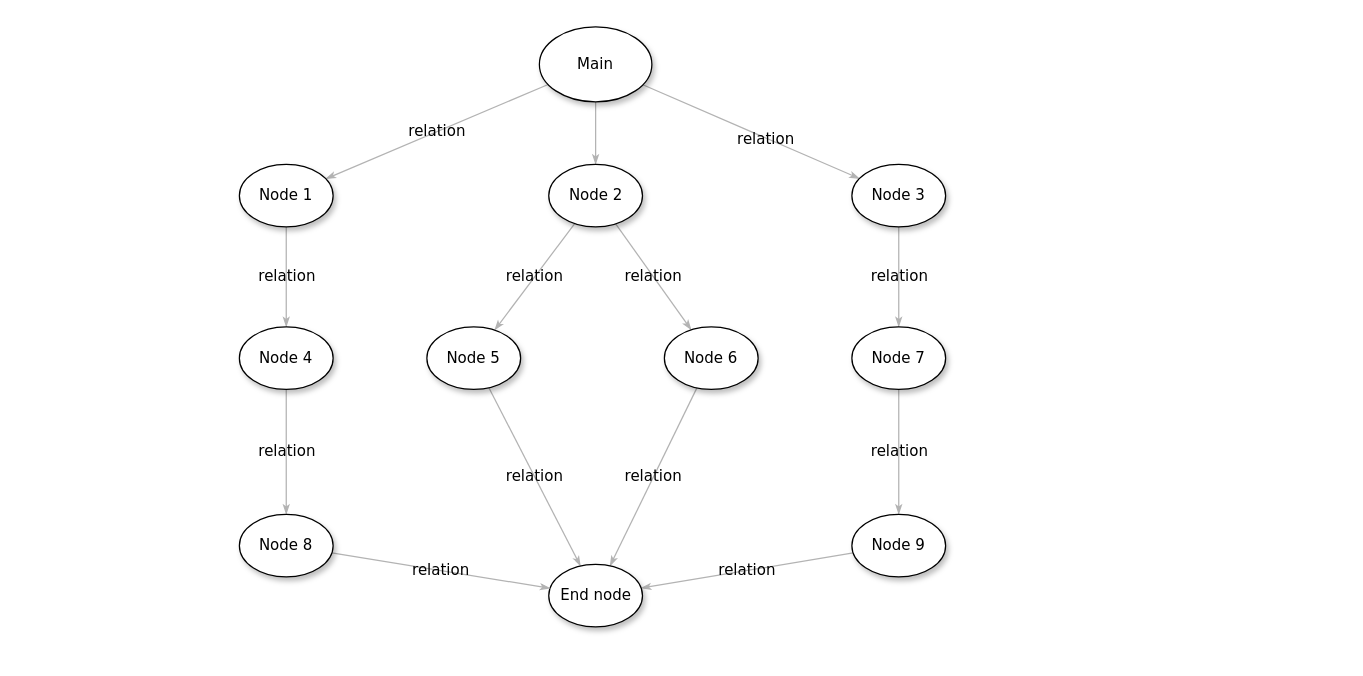
This is TallerPrograAvanzada.drawio from Charmandiox9/TallerPrograAvanzada, a draw.io file, before an edit. Source tidied: cells renumbered, new cells numbered last; positions are measured from the earlier drawing's top-left corner, leaving out a move shared by most shapes. Both pictures are drawn from the tidied source at 125%, with x=0, y=0 at pixel (239, 26).
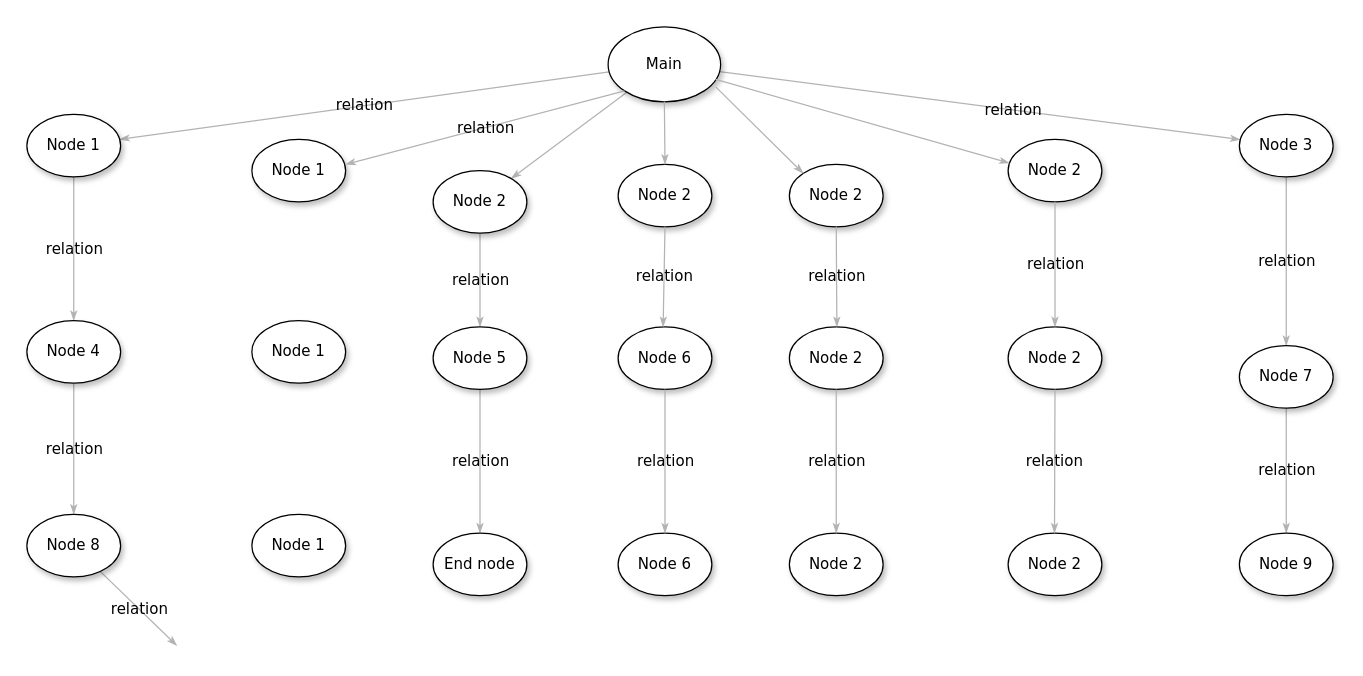
Above is the later version.

The edit, as a diff of the source:
```diff
@@
-<mxGraphModel>
+<mxGraphModel background="#ffffff">
@@
     <mxCell id="5" value="Main" style="ellipse;whiteSpace=wrap;html=1;rounded=0;shadow=1;comic=0;labelBackgroundColor=none;strokeWidth=1;fontFamily=Verdana;fontSize=12;align=center;" parent="1" vertex="1">
-      <mxGeometry x="240" width="90" height="60" as="geometry" />
+      <mxGeometry x="295" width="90" height="60" as="geometry" />
     </mxCell>
@@
-    <mxCell id="7" value="relation" style="edgeStyle=none;rounded=1;html=1;labelBackgroundColor=none;startArrow=none;startFill=0;startSize=5;endArrow=classicThin;endFill=1;endSize=5;jettySize=auto;strokeColor=#B3B3B3;strokeWidth=1;fontFamily=Verdana;fontSize=12;" parent="1" edge="1" source="8" target="16">
-      <mxGeometry relative="1" as="geometry" />
-    </mxCell>
     <mxCell id="8" value="&lt;span&gt;Node 2&lt;/span&gt;" style="ellipse;whiteSpace=wrap;html=1;rounded=0;shadow=1;comic=0;labelBackgroundColor=none;strokeWidth=1;fontFamily=Verdana;fontSize=12;align=center;" parent="1" vertex="1">
-      <mxGeometry x="247.5" y="110" width="75" height="50" as="geometry" />
+      <mxGeometry x="155" y="115" width="75" height="50" as="geometry" />
     </mxCell>
@@
     <mxCell id="10" value="&lt;span&gt;Node 3&lt;/span&gt;" style="ellipse;whiteSpace=wrap;html=1;rounded=0;shadow=1;comic=0;labelBackgroundColor=none;strokeWidth=1;fontFamily=Verdana;fontSize=12;align=center;" parent="1" vertex="1">
-      <mxGeometry x="490" y="110" width="75" height="50" as="geometry" />
+      <mxGeometry x="800" y="70" width="75" height="50" as="geometry" />
     </mxCell>
@@
     <mxCell id="12" value="&lt;span&gt;Node 7&lt;/span&gt;" style="ellipse;whiteSpace=wrap;html=1;rounded=0;shadow=1;comic=0;labelBackgroundColor=none;strokeWidth=1;fontFamily=Verdana;fontSize=12;align=center;" parent="1" vertex="1">
-      <mxGeometry x="490" y="240" width="75" height="50" as="geometry" />
+      <mxGeometry x="800" y="255" width="75" height="50" as="geometry" />
     </mxCell>
-    <mxCell id="13" value="relation" style="edgeStyle=none;rounded=1;html=1;labelBackgroundColor=none;startArrow=none;startFill=0;startSize=5;endArrow=classicThin;endFill=1;endSize=5;jettySize=auto;strokeColor=#B3B3B3;strokeWidth=1;fontFamily=Verdana;fontSize=12;" parent="1" edge="1" source="14" target="19">
-      <mxGeometry relative="1" as="geometry" />
-    </mxCell>
     <mxCell id="14" value="&lt;span&gt;Node 9&lt;/span&gt;" style="ellipse;whiteSpace=wrap;html=1;rounded=0;shadow=1;comic=0;labelBackgroundColor=none;strokeWidth=1;fontFamily=Verdana;fontSize=12;align=center;" parent="1" vertex="1">
-      <mxGeometry x="490" y="390" width="75" height="50" as="geometry" />
+      <mxGeometry x="800" y="405" width="75" height="50" as="geometry" />
     </mxCell>
-    <mxCell id="15" value="relation" style="edgeStyle=none;rounded=1;html=1;labelBackgroundColor=none;startArrow=none;startFill=0;startSize=5;endArrow=classicThin;endFill=1;endSize=5;jettySize=auto;strokeColor=#B3B3B3;strokeWidth=1;fontFamily=Verdana;fontSize=12;" parent="1" edge="1" source="16" target="19">
-      <mxGeometry relative="1" as="geometry" />
-    </mxCell>
     <mxCell id="16" value="&lt;span&gt;Node 6&lt;/span&gt;" style="ellipse;whiteSpace=wrap;html=1;rounded=0;shadow=1;comic=0;labelBackgroundColor=none;strokeWidth=1;fontFamily=Verdana;fontSize=12;align=center;" parent="1" vertex="1">
-      <mxGeometry x="340" y="240" width="75" height="50" as="geometry" />
+      <mxGeometry x="303" y="240" width="75" height="50" as="geometry" />
     </mxCell>
@@
     <mxCell id="18" value="&lt;span&gt;Node 5&lt;/span&gt;" style="ellipse;whiteSpace=wrap;html=1;rounded=0;shadow=1;comic=0;labelBackgroundColor=none;strokeWidth=1;fontFamily=Verdana;fontSize=12;align=center;" parent="1" vertex="1">
-      <mxGeometry x="150" y="240" width="75" height="50" as="geometry" />
+      <mxGeometry x="155" y="240" width="75" height="50" as="geometry" />
     </mxCell>
     <mxCell id="19" value="End node" style="ellipse;whiteSpace=wrap;html=1;rounded=0;shadow=1;comic=0;labelBackgroundColor=none;strokeWidth=1;fontFamily=Verdana;fontSize=12;align=center;" parent="1" vertex="1">
-      <mxGeometry x="247.5" y="430" width="75" height="50" as="geometry" />
+      <mxGeometry x="155" y="405" width="75" height="50" as="geometry" />
     </mxCell>
@@
     <mxCell id="21" value="Node 1" style="ellipse;whiteSpace=wrap;html=1;rounded=0;shadow=1;comic=0;labelBackgroundColor=none;strokeWidth=1;fontFamily=Verdana;fontSize=12;align=center;" parent="1" vertex="1">
-      <mxGeometry y="110" width="75" height="50" as="geometry" />
+      <mxGeometry x="-170" y="70" width="75" height="50" as="geometry" />
     </mxCell>
@@
     <mxCell id="23" value="&lt;span&gt;Node 4&lt;/span&gt;" style="ellipse;whiteSpace=wrap;html=1;rounded=0;shadow=1;comic=0;labelBackgroundColor=none;strokeWidth=1;fontFamily=Verdana;fontSize=12;align=center;" parent="1" vertex="1">
-      <mxGeometry y="240" width="75" height="50" as="geometry" />
+      <mxGeometry x="-170" y="235" width="75" height="50" as="geometry" />
     </mxCell>
-    <mxCell id="24" value="relation" style="edgeStyle=none;rounded=1;html=1;labelBackgroundColor=none;startArrow=none;startFill=0;startSize=5;endArrow=classicThin;endFill=1;endSize=5;jettySize=auto;strokeColor=#B3B3B3;strokeWidth=1;fontFamily=Verdana;fontSize=12;" parent="1" edge="1" source="25" target="19">
-      <mxGeometry relative="1" as="geometry" />
+    <mxCell id="24" value="relation" style="edgeStyle=none;rounded=1;html=1;labelBackgroundColor=none;startArrow=none;startFill=0;startSize=5;endArrow=classicThin;endFill=1;endSize=5;jettySize=auto;strokeColor=#B3B3B3;strokeWidth=1;fontFamily=Verdana;fontSize=12;" parent="1" edge="1" source="25">
+      <mxGeometry relative="1" as="geometry">
+        <mxPoint x="-50" y="495" as="targetPoint" />
+      </mxGeometry>
     </mxCell>
     <mxCell id="25" value="&lt;span&gt;Node 8&lt;/span&gt;" style="ellipse;whiteSpace=wrap;html=1;rounded=0;shadow=1;comic=0;labelBackgroundColor=none;strokeWidth=1;fontFamily=Verdana;fontSize=12;align=center;" parent="1" vertex="1">
-      <mxGeometry y="390" width="75" height="50" as="geometry" />
+      <mxGeometry x="-170" y="390" width="75" height="50" as="geometry" />
     </mxCell>
+    <mxCell id="26" value="Node 1" style="ellipse;whiteSpace=wrap;html=1;rounded=0;shadow=1;comic=0;labelBackgroundColor=none;strokeWidth=1;fontFamily=Verdana;fontSize=12;align=center;" parent="1" vertex="1">
+      <mxGeometry x="10" y="90" width="75" height="50" as="geometry" />
+    </mxCell>
+    <mxCell id="27" value="relation" style="edgeStyle=none;rounded=1;html=1;labelBackgroundColor=none;startArrow=none;startFill=0;startSize=5;endArrow=classicThin;endFill=1;endSize=5;jettySize=auto;strokeColor=#B3B3B3;strokeWidth=1;fontFamily=Verdana;fontSize=12;exitX=0;exitY=1;exitDx=0;exitDy=0;" parent="1" edge="1" source="5">
+      <mxGeometry relative="1" as="geometry">
+        <mxPoint x="85" y="110" as="targetPoint" />
+      </mxGeometry>
+    </mxCell>
+    <mxCell id="28" value="&lt;span&gt;Node 2&lt;/span&gt;" style="ellipse;whiteSpace=wrap;html=1;rounded=0;shadow=1;comic=0;labelBackgroundColor=none;strokeWidth=1;fontFamily=Verdana;fontSize=12;align=center;" parent="1" vertex="1">
+      <mxGeometry x="303" y="110" width="75" height="50" as="geometry" />
+    </mxCell>
+    <mxCell id="29" value="&lt;span&gt;Node 2&lt;/span&gt;" style="ellipse;whiteSpace=wrap;html=1;rounded=0;shadow=1;comic=0;labelBackgroundColor=none;strokeWidth=1;fontFamily=Verdana;fontSize=12;align=center;" parent="1" vertex="1">
+      <mxGeometry x="440" y="110" width="75" height="50" as="geometry" />
+    </mxCell>
+    <mxCell id="30" value="&lt;span&gt;Node 2&lt;/span&gt;" style="ellipse;whiteSpace=wrap;html=1;rounded=0;shadow=1;comic=0;labelBackgroundColor=none;strokeWidth=1;fontFamily=Verdana;fontSize=12;align=center;" parent="1" vertex="1">
+      <mxGeometry x="615" y="90" width="75" height="50" as="geometry" />
+    </mxCell>
+    <mxCell id="31" style="edgeStyle=none;rounded=1;html=1;labelBackgroundColor=none;startArrow=none;startFill=0;startSize=5;endArrow=classicThin;endFill=1;endSize=5;jettySize=auto;strokeColor=#B3B3B3;strokeWidth=1;fontFamily=Verdana;fontSize=12;exitX=0.5;exitY=1;exitDx=0;exitDy=0;" parent="1" edge="1" source="5" target="28">
+      <mxGeometry relative="1" as="geometry" />
+    </mxCell>
+    <mxCell id="32" style="edgeStyle=none;rounded=1;html=1;labelBackgroundColor=none;startArrow=none;startFill=0;startSize=5;endArrow=classicThin;endFill=1;endSize=5;jettySize=auto;strokeColor=#B3B3B3;strokeWidth=1;fontFamily=Verdana;fontSize=12;exitX=0.956;exitY=0.8;exitDx=0;exitDy=0;exitPerimeter=0;entryX=0;entryY=0;entryDx=0;entryDy=0;" parent="1" edge="1" source="5" target="29">
+      <mxGeometry relative="1" as="geometry" />
+    </mxCell>
+    <mxCell id="33" style="edgeStyle=none;rounded=1;html=1;labelBackgroundColor=none;startArrow=none;startFill=0;startSize=5;endArrow=classicThin;endFill=1;endSize=5;jettySize=auto;strokeColor=#B3B3B3;strokeWidth=1;fontFamily=Verdana;fontSize=12;entryX=0.013;entryY=0.38;entryDx=0;entryDy=0;entryPerimeter=0;exitX=0.956;exitY=0.7;exitDx=0;exitDy=0;exitPerimeter=0;" parent="1" edge="1" source="5" target="30">
+      <mxGeometry relative="1" as="geometry" />
+    </mxCell>
+    <mxCell id="34" value="Node 1" style="ellipse;whiteSpace=wrap;html=1;rounded=0;shadow=1;comic=0;labelBackgroundColor=none;strokeWidth=1;fontFamily=Verdana;fontSize=12;align=center;" parent="1" vertex="1">
+      <mxGeometry x="10" y="235" width="75" height="50" as="geometry" />
+    </mxCell>
+    <mxCell id="35" value="Node 1" style="ellipse;whiteSpace=wrap;html=1;rounded=0;shadow=1;comic=0;labelBackgroundColor=none;strokeWidth=1;fontFamily=Verdana;fontSize=12;align=center;" parent="1" vertex="1">
+      <mxGeometry x="10" y="390" width="75" height="50" as="geometry" />
+    </mxCell>
+    <mxCell id="36" value="&lt;span&gt;Node 6&lt;/span&gt;" style="ellipse;whiteSpace=wrap;html=1;rounded=0;shadow=1;comic=0;labelBackgroundColor=none;strokeWidth=1;fontFamily=Verdana;fontSize=12;align=center;" parent="1" vertex="1">
+      <mxGeometry x="303" y="405" width="75" height="50" as="geometry" />
+    </mxCell>
+    <mxCell id="37" value="&lt;span&gt;Node 2&lt;/span&gt;" style="ellipse;whiteSpace=wrap;html=1;rounded=0;shadow=1;comic=0;labelBackgroundColor=none;strokeWidth=1;fontFamily=Verdana;fontSize=12;align=center;" parent="1" vertex="1">
+      <mxGeometry x="440" y="240" width="75" height="50" as="geometry" />
+    </mxCell>
+    <mxCell id="38" value="&lt;span&gt;Node 2&lt;/span&gt;" style="ellipse;whiteSpace=wrap;html=1;rounded=0;shadow=1;comic=0;labelBackgroundColor=none;strokeWidth=1;fontFamily=Verdana;fontSize=12;align=center;" parent="1" vertex="1">
+      <mxGeometry x="440" y="405" width="75" height="50" as="geometry" />
+    </mxCell>
+    <mxCell id="39" value="&lt;span&gt;Node 2&lt;/span&gt;" style="ellipse;whiteSpace=wrap;html=1;rounded=0;shadow=1;comic=0;labelBackgroundColor=none;strokeWidth=1;fontFamily=Verdana;fontSize=12;align=center;" parent="1" vertex="1">
+      <mxGeometry x="615" y="240" width="75" height="50" as="geometry" />
+    </mxCell>
+    <mxCell id="40" value="&lt;span&gt;Node 2&lt;/span&gt;" style="ellipse;whiteSpace=wrap;html=1;rounded=0;shadow=1;comic=0;labelBackgroundColor=none;strokeWidth=1;fontFamily=Verdana;fontSize=12;align=center;" parent="1" vertex="1">
+      <mxGeometry x="615" y="405" width="75" height="50" as="geometry" />
+    </mxCell>
+    <mxCell id="41" value="relation" style="edgeStyle=none;rounded=1;html=1;labelBackgroundColor=none;startArrow=none;startFill=0;startSize=5;endArrow=classicThin;endFill=1;endSize=5;jettySize=auto;strokeColor=#B3B3B3;strokeWidth=1;fontFamily=Verdana;fontSize=12;exitX=0.5;exitY=1;exitDx=0;exitDy=0;" parent="1" edge="1" source="28">
+      <mxGeometry relative="1" as="geometry">
+        <mxPoint x="339" y="240" as="targetPoint" />
+      </mxGeometry>
+    </mxCell>
+    <mxCell id="42" value="relation" style="edgeStyle=none;rounded=1;html=1;labelBackgroundColor=none;startArrow=none;startFill=0;startSize=5;endArrow=classicThin;endFill=1;endSize=5;jettySize=auto;strokeColor=#B3B3B3;strokeWidth=1;fontFamily=Verdana;fontSize=12;exitX=0.5;exitY=1;exitDx=0;exitDy=0;entryX=0.5;entryY=0;entryDx=0;entryDy=0;" parent="1" edge="1" source="16" target="36">
+      <mxGeometry relative="1" as="geometry" />
+    </mxCell>
+    <mxCell id="43" value="relation" style="edgeStyle=none;rounded=1;html=1;labelBackgroundColor=none;startArrow=none;startFill=0;startSize=5;endArrow=classicThin;endFill=1;endSize=5;jettySize=auto;strokeColor=#B3B3B3;strokeWidth=1;fontFamily=Verdana;fontSize=12;exitX=0.5;exitY=1;exitDx=0;exitDy=0;" parent="1" edge="1" source="29">
+      <mxGeometry relative="1" as="geometry">
+        <mxPoint x="478" y="240" as="targetPoint" />
+      </mxGeometry>
+    </mxCell>
+    <mxCell id="44" value="relation" style="edgeStyle=none;rounded=1;html=1;labelBackgroundColor=none;startArrow=none;startFill=0;startSize=5;endArrow=classicThin;endFill=1;endSize=5;jettySize=auto;strokeColor=#B3B3B3;strokeWidth=1;fontFamily=Verdana;fontSize=12;exitX=0.5;exitY=1;exitDx=0;exitDy=0;entryX=0.5;entryY=0;entryDx=0;entryDy=0;" parent="1" edge="1" source="37" target="38">
+      <mxGeometry relative="1" as="geometry" />
+    </mxCell>
+    <mxCell id="45" value="relation" style="edgeStyle=none;rounded=1;html=1;labelBackgroundColor=none;startArrow=none;startFill=0;startSize=5;endArrow=classicThin;endFill=1;endSize=5;jettySize=auto;strokeColor=#B3B3B3;strokeWidth=1;fontFamily=Verdana;fontSize=12;entryX=0.5;entryY=0;entryDx=0;entryDy=0;exitX=0.5;exitY=1;exitDx=0;exitDy=0;" parent="1" edge="1" source="39">
+      <mxGeometry relative="1" as="geometry">
+        <mxPoint x="652.1" y="405" as="targetPoint" />
+      </mxGeometry>
+    </mxCell>
+    <mxCell id="46" value="relation" style="edgeStyle=none;rounded=1;html=1;labelBackgroundColor=none;startArrow=none;startFill=0;startSize=5;endArrow=classicThin;endFill=1;endSize=5;jettySize=auto;strokeColor=#B3B3B3;strokeWidth=1;fontFamily=Verdana;fontSize=12;exitX=0.5;exitY=1;exitDx=0;exitDy=0;entryX=0.5;entryY=0;entryDx=0;entryDy=0;" parent="1" edge="1" source="30" target="39">
+      <mxGeometry relative="1" as="geometry" />
+    </mxCell>
```
